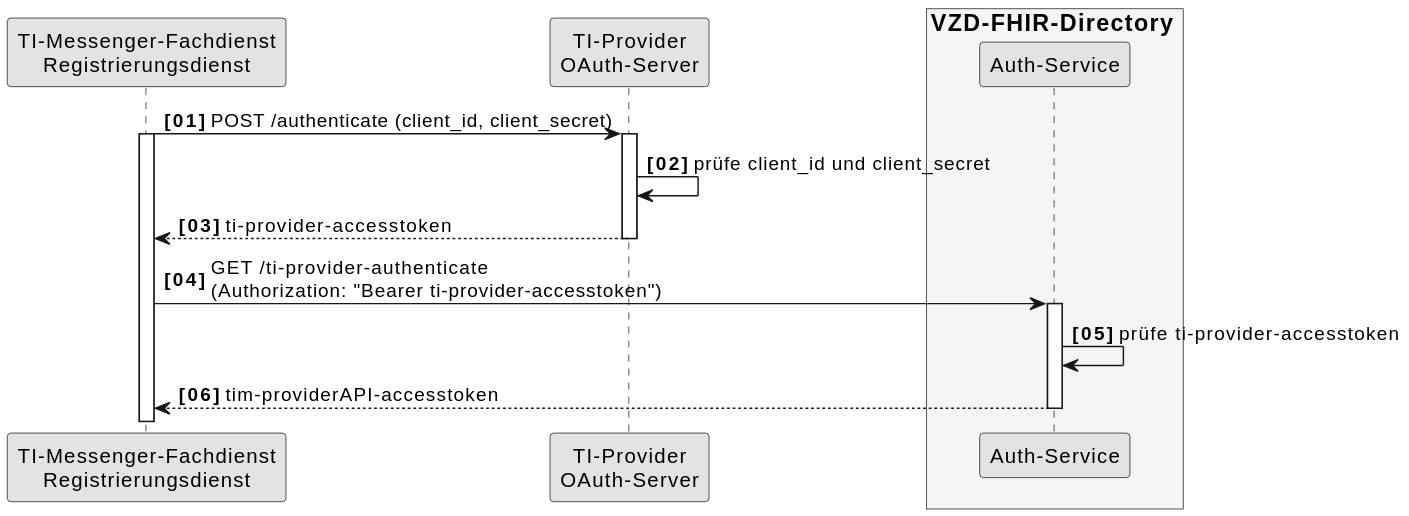
Above: images/diagrams/SequenceDiagram.FHIR-Directory.tim_provider_auth.svg in gematik/api-vzd (PlantUML), before the change. Source of this version:
```plantuml
@startuml I_VZD_TIM_Provider_Services
skinparam dpi 100
skinparam WrapWidth 200
skinparam monochrome true
autonumber "<b>[00]"

participant rd as "TI-Messenger-Fachdienst\nRegistrierungsdienst"
participant oa as "TI-Provider\nOAuth-Server"
box <size:16>VZD-FHIR-Directory</size> #WhiteSmoke
participant fa as "Auth-Service"
end box

rd -> oa: POST /authenticate (client_id, client_secret)
activate rd
activate oa
oa -> oa: prüfe client_id und client_secret
oa --> rd: ti-provider-accesstoken
deactivate oa

rd -> fa: GET /ti-provider-authenticate\n(Authorization: "Bearer ti-provider-accesstoken")
activate fa
fa -> fa: prüfe ti-provider-accesstoken
fa --> rd: tim-providerAPI-accesstoken
deactivate fa

@enduml
```
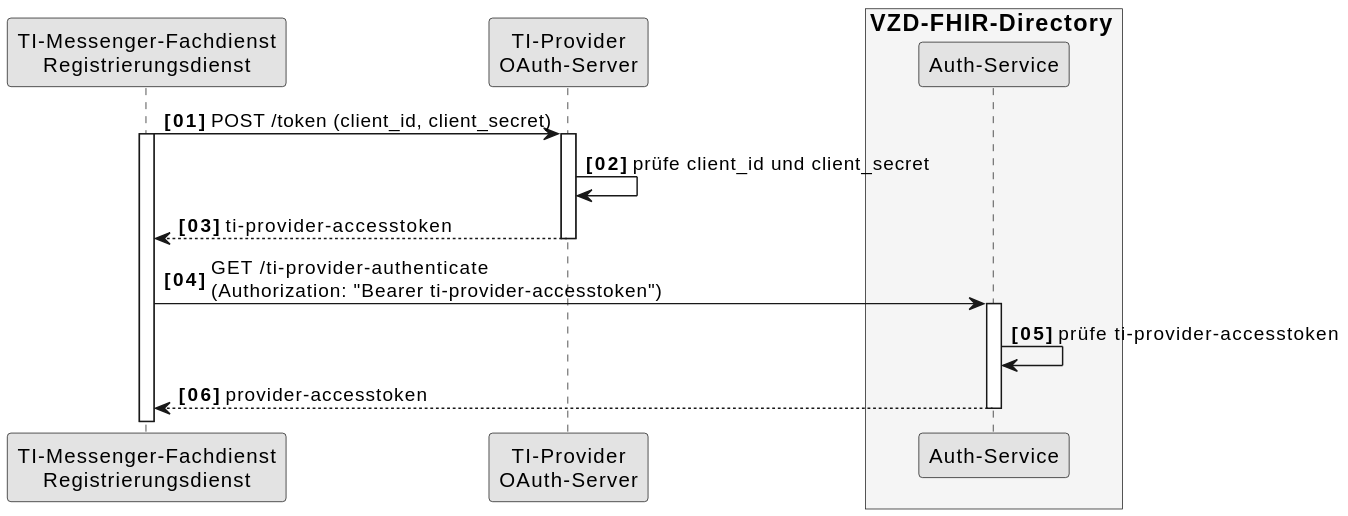
The same diagram one commit later.

What changed in the source:
```diff
@@ -1,4 +1,4 @@
-@startuml I_VZD_TIM_Provider_Services
+@startuml SequenceDiagram.FHIR-Directory.tim_provider_auth
 skinparam dpi 100
 skinparam WrapWidth 200
 skinparam monochrome true
@@ -10,7 +10,7 @@
 participant fa as "Auth-Service"
 end box
 
-rd -> oa: POST /authenticate (client_id, client_secret)
+rd -> oa: POST /token (client_id, client_secret)
 activate rd
 activate oa
 oa -> oa: prüfe client_id und client_secret
@@ -20,7 +20,7 @@
 rd -> fa: GET /ti-provider-authenticate\n(Authorization: "Bearer ti-provider-accesstoken")
 activate fa
 fa -> fa: prüfe ti-provider-accesstoken
-fa --> rd: tim-providerAPI-accesstoken
+fa --> rd: provider-accesstoken
 deactivate fa
 
 @enduml
```
